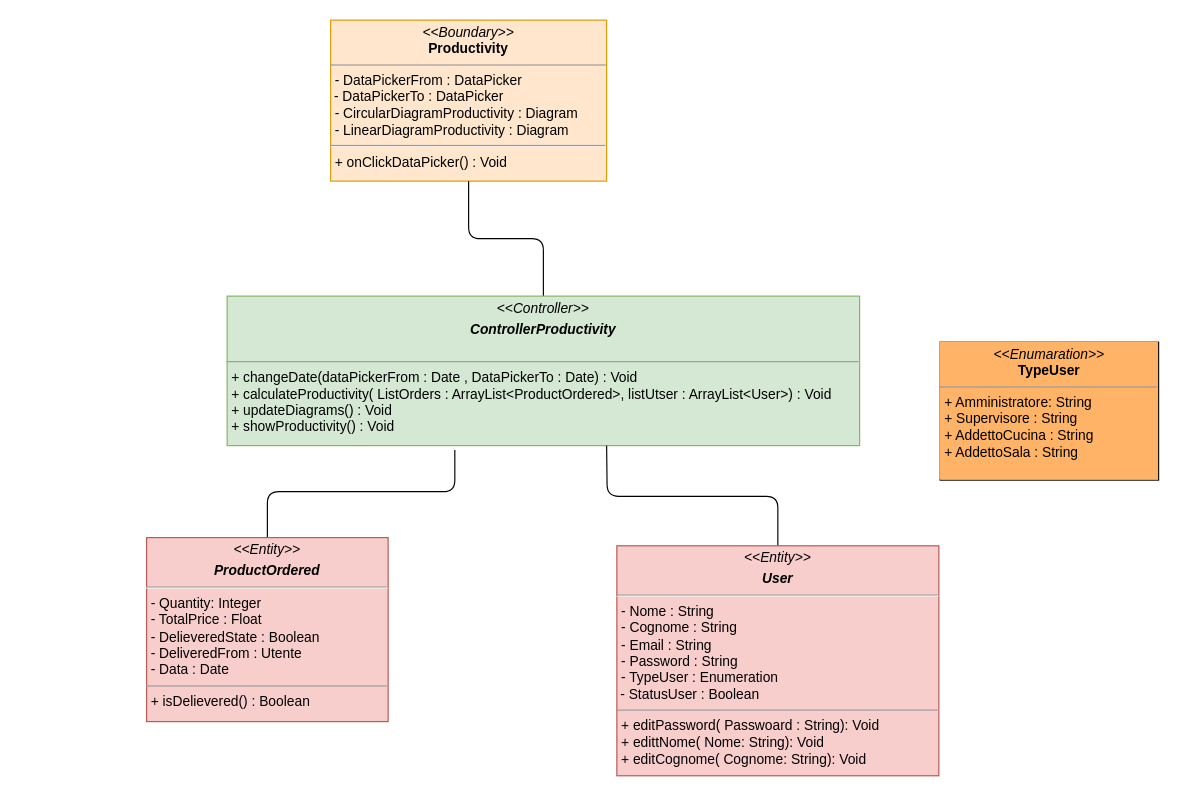
Above: page "VisualizzaProduttività" (3 of 8) of Documentazione/Class Diagram/Class Diagram.drawio in Chriss1618/ProgettoINGSW (draw.io), before the change. Source tidied: cells renumbered, new cells numbered last; positions are measured from the earlier drawing's top-left corner, leaving out a move shared by most shapes. Both pictures are drawn from the tidied source at 115%, with x=0, y=0 at pixel (146, 20).
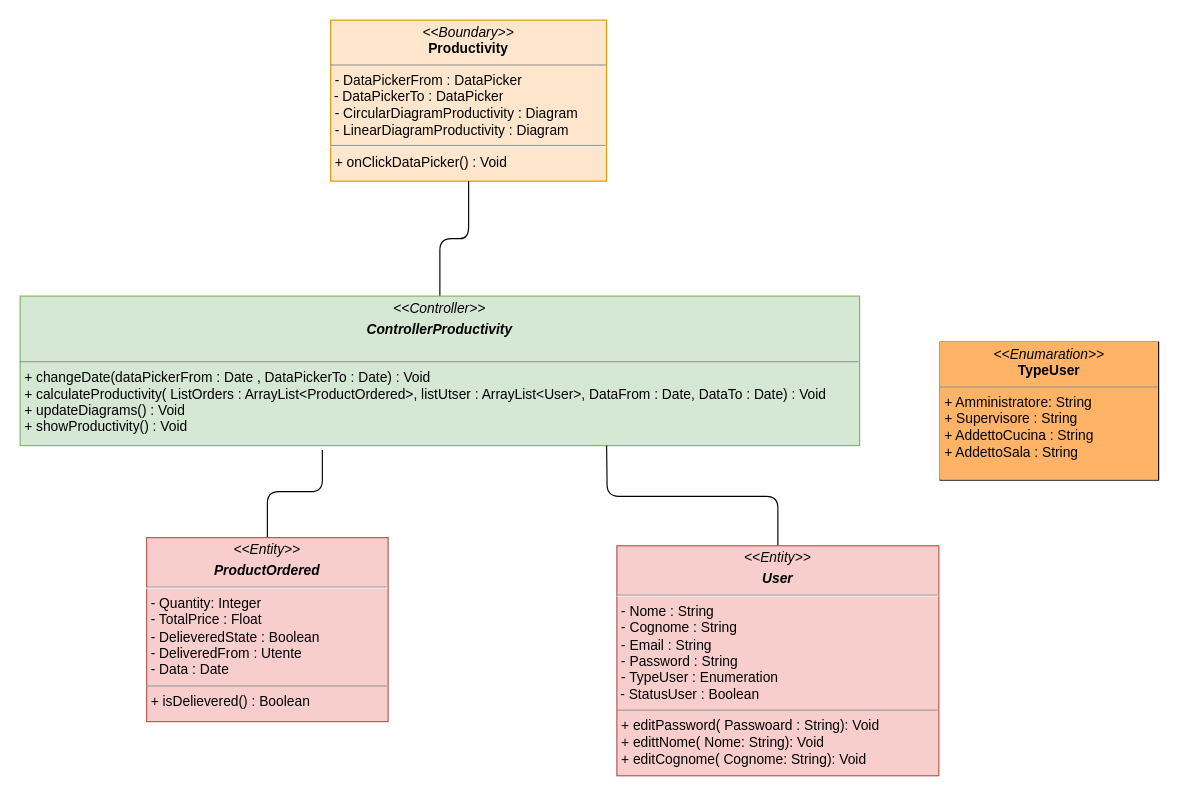
Above is the later version.

What changed in the source:
```diff
@@
 <mxGraphModel>
   <root>
     <mxCell id="0" />
     <mxCell id="1" parent="0" />
     <mxCell id="2" value="&lt;p style=&quot;margin:0px;margin-top:4px;text-align:center;&quot;&gt;&lt;i&gt;&amp;lt;&amp;lt;Boundary&amp;gt;&amp;gt;&lt;/i&gt;&lt;br&gt;&lt;b&gt;Productivity&lt;/b&gt;&lt;/p&gt;&lt;hr size=&quot;1&quot;&gt;&lt;p style=&quot;margin:0px;margin-left:4px;&quot;&gt;- DataPickerFrom : DataPicker&lt;/p&gt;&amp;nbsp;- DataPicker&lt;span style=&quot;background-color: initial;&quot;&gt;To : DataPicker&lt;/span&gt;&lt;br&gt;&lt;p style=&quot;margin:0px;margin-left:4px;&quot;&gt;- CircularDiagramProductivity : Diagram&amp;nbsp;&lt;/p&gt;&lt;p style=&quot;margin:0px;margin-left:4px;&quot;&gt;- LinearDiagramProductivity : Diagram&amp;nbsp;&lt;br&gt;&lt;/p&gt;&lt;hr&gt;&lt;p style=&quot;margin:0px;margin-left:4px;&quot;&gt;&lt;/p&gt;&lt;p style=&quot;margin:0px;margin-left:4px;&quot;&gt;+ onClickDataPicker() : Void&lt;/p&gt;" style="verticalAlign=top;align=left;overflow=fill;fontSize=12;fontFamily=Helvetica;html=1;fillColor=#ffe6cc;strokeColor=#d79b00;" parent="1" vertex="1">
       <mxGeometry x="160" width="240" height="140" as="geometry" />
     </mxCell>
     <mxCell id="3" style="edgeStyle=orthogonalEdgeStyle;rounded=1;jettySize=auto;html=1;exitX=0.5;exitY=0;exitDx=0;exitDy=0;entryX=0.5;entryY=1;entryDx=0;entryDy=0;endArrow=none;endFill=0;" parent="1" edge="1" source="4" target="2">
       <mxGeometry relative="1" as="geometry" />
     </mxCell>
-    <mxCell id="4" value="&lt;p style=&quot;margin:0px;margin-top:4px;text-align:center;&quot;&gt;&lt;i&gt;&amp;lt;&amp;lt;Controller&amp;gt;&amp;gt;&lt;/i&gt;&lt;br&gt;&lt;/p&gt;&lt;p style=&quot;margin:0px;margin-top:4px;text-align:center;&quot;&gt;&lt;i&gt;&lt;b&gt;ControllerProductivity&lt;/b&gt;&lt;/i&gt;&lt;/p&gt;&lt;br&gt;&lt;hr size=&quot;1&quot;&gt;&lt;p style=&quot;margin:0px;margin-left:4px;&quot;&gt;&lt;span style=&quot;background-color: initial;&quot;&gt;+ changeDate(dataPickerFrom : Date , DataPickerTo : Date) : Void&lt;/span&gt;&lt;/p&gt;&lt;p style=&quot;margin:0px;margin-left:4px;&quot;&gt;+ calculateProductivity( ListOrders : ArrayList&amp;lt;ProductOrdered&amp;gt;, listUtser : ArrayList&amp;lt;User&amp;gt;) : Void&lt;span style=&quot;background-color: initial;&quot;&gt;&lt;br&gt;&lt;/span&gt;&lt;/p&gt;&lt;p style=&quot;margin:0px;margin-left:4px;&quot;&gt;+ updateDiagrams() : Void&lt;br&gt;&lt;/p&gt;&lt;p style=&quot;margin:0px;margin-left:4px;&quot;&gt;+ showProductivity() : Void&lt;/p&gt;" style="verticalAlign=top;align=left;overflow=fill;fontSize=12;fontFamily=Helvetica;html=1;fillColor=#d5e8d4;strokeColor=#82b366;" parent="1" vertex="1">
-      <mxGeometry x="70" y="240" width="550" height="130" as="geometry" />
+    <mxCell id="4" value="&lt;p style=&quot;margin:0px;margin-top:4px;text-align:center;&quot;&gt;&lt;i&gt;&amp;lt;&amp;lt;Controller&amp;gt;&amp;gt;&lt;/i&gt;&lt;br&gt;&lt;/p&gt;&lt;p style=&quot;margin:0px;margin-top:4px;text-align:center;&quot;&gt;&lt;i&gt;&lt;b&gt;ControllerProductivity&lt;/b&gt;&lt;/i&gt;&lt;/p&gt;&lt;br&gt;&lt;hr size=&quot;1&quot;&gt;&lt;p style=&quot;margin:0px;margin-left:4px;&quot;&gt;&lt;span style=&quot;background-color: initial;&quot;&gt;+ changeDate(dataPickerFrom : Date , DataPickerTo : Date) : Void&lt;/span&gt;&lt;/p&gt;&lt;p style=&quot;margin:0px;margin-left:4px;&quot;&gt;+ calculateProductivity( ListOrders : ArrayList&amp;lt;ProductOrdered&amp;gt;, listUtser : ArrayList&amp;lt;User&amp;gt;, DataFrom : Date, DataTo : Date) : Void&lt;span style=&quot;background-color: initial;&quot;&gt;&lt;br&gt;&lt;/span&gt;&lt;/p&gt;&lt;p style=&quot;margin:0px;margin-left:4px;&quot;&gt;+ updateDiagrams() : Void&lt;br&gt;&lt;/p&gt;&lt;p style=&quot;margin:0px;margin-left:4px;&quot;&gt;+ showProductivity() : Void&lt;/p&gt;" style="verticalAlign=top;align=left;overflow=fill;fontSize=12;fontFamily=Helvetica;html=1;fillColor=#d5e8d4;strokeColor=#82b366;" parent="1" vertex="1">
+      <mxGeometry x="-110" y="240" width="730" height="130" as="geometry" />
     </mxCell>
     <mxCell id="5" style="edgeStyle=orthogonalEdgeStyle;rounded=1;jettySize=auto;html=1;exitX=0.5;exitY=0;exitDx=0;exitDy=0;entryX=0.36;entryY=1.029;entryDx=0;entryDy=0;entryPerimeter=0;endArrow=none;endFill=0;" parent="1" edge="1" source="6" target="4">
       <mxGeometry relative="1" as="geometry" />
     </mxCell>
     <mxCell id="6" value="&lt;p style=&quot;margin:0px;margin-top:4px;text-align:center;&quot;&gt;&lt;i&gt;&amp;lt;&amp;lt;Entity&amp;gt;&amp;gt;&lt;/i&gt;&lt;br&gt;&lt;/p&gt;&lt;p style=&quot;margin:0px;margin-top:4px;text-align:center;&quot;&gt;&lt;b&gt;&lt;i&gt;ProductOrdered&lt;/i&gt;&lt;/b&gt;&lt;/p&gt;&lt;hr&gt;&lt;p style=&quot;margin:0px;margin-left:4px;&quot;&gt;- Quantity: Integer&lt;/p&gt;&lt;p style=&quot;margin:0px;margin-left:4px;&quot;&gt;- TotalPrice : Float&lt;/p&gt;&lt;p style=&quot;margin:0px;margin-left:4px;&quot;&gt;- DelieveredState : Boolean&lt;/p&gt;&lt;p style=&quot;margin:0px;margin-left:4px;&quot;&gt;- DeliveredFrom : Utente&lt;/p&gt;&lt;p style=&quot;margin:0px;margin-left:4px;&quot;&gt;- Data : Date&lt;/p&gt;&lt;hr size=&quot;1&quot;&gt;&lt;p style=&quot;margin:0px;margin-left:4px;&quot;&gt;+ isDelievered() : Boolean&lt;br&gt;&lt;/p&gt;" style="verticalAlign=top;align=left;overflow=fill;fontSize=12;fontFamily=Helvetica;html=1;fillColor=#f8cecc;strokeColor=#b85450;" parent="1" vertex="1">
       <mxGeometry y="450" width="210" height="160" as="geometry" />
     </mxCell>
     <mxCell id="7" style="edgeStyle=orthogonalEdgeStyle;rounded=1;jettySize=auto;html=1;exitX=0.5;exitY=0;exitDx=0;exitDy=0;entryX=0.784;entryY=1.022;entryDx=0;entryDy=0;entryPerimeter=0;endArrow=none;endFill=0;" parent="1" edge="1" source="8">
       <mxGeometry relative="1" as="geometry">
         <mxPoint x="400" y="370" as="targetPoint" />
       </mxGeometry>
     </mxCell>
     <mxCell id="8" value="&lt;p style=&quot;margin:0px;margin-top:4px;text-align:center;&quot;&gt;&lt;i&gt;&amp;lt;&amp;lt;Entity&amp;gt;&amp;gt;&lt;/i&gt;&lt;br&gt;&lt;/p&gt;&lt;p style=&quot;margin:0px;margin-top:4px;text-align:center;&quot;&gt;&lt;i&gt;&lt;b&gt;User&lt;/b&gt;&lt;/i&gt;&lt;/p&gt;&lt;hr&gt;&lt;p style=&quot;margin:0px;margin-left:4px;&quot;&gt;- Nome : String&lt;br&gt;&lt;/p&gt;&lt;p style=&quot;margin:0px;margin-left:4px;&quot;&gt;- Cognome : String&lt;/p&gt;&lt;p style=&quot;margin:0px;margin-left:4px;&quot;&gt;- Email : String&lt;/p&gt;&lt;p style=&quot;margin:0px;margin-left:4px;&quot;&gt;- Password : String&lt;/p&gt;&lt;p style=&quot;margin:0px;margin-left:4px;&quot;&gt;- TypeUser : Enumeration&lt;/p&gt;&amp;nbsp;- StatusUser : Boolean&lt;br&gt;&lt;hr size=&quot;1&quot;&gt;&lt;p style=&quot;margin:0px;margin-left:4px;&quot;&gt;+ editPassword( Passwoard : String): Void&lt;br&gt;&lt;/p&gt;&lt;p style=&quot;margin:0px;margin-left:4px;&quot;&gt;+ edittNome( Nome: String): Void&lt;br&gt;&lt;/p&gt;&lt;p style=&quot;margin:0px;margin-left:4px;&quot;&gt;+ editCognome( Cognome: String): Void&lt;br&gt;&lt;/p&gt;" style="verticalAlign=top;align=left;overflow=fill;fontSize=12;fontFamily=Helvetica;html=1;fillColor=#f8cecc;strokeColor=#b85450;" parent="1" vertex="1">
       <mxGeometry x="408.9" y="457.1" width="280" height="200" as="geometry" />
     </mxCell>
     <mxCell id="9" value="&lt;p style=&quot;margin:0px;margin-top:4px;text-align:center;&quot;&gt;&lt;i&gt;&amp;lt;&amp;lt;Enumaration&amp;gt;&amp;gt;&lt;/i&gt;&lt;br&gt;&lt;b&gt;TypeUser&lt;/b&gt;&lt;/p&gt;&lt;hr size=&quot;1&quot;&gt;&lt;p style=&quot;margin:0px;margin-left:4px;&quot;&gt;+ Amministratore: String&lt;br&gt;+ Supervisore : String&lt;/p&gt;&lt;p style=&quot;margin:0px;margin-left:4px;&quot;&gt;+ AddettoCucina : String&lt;/p&gt;&lt;p style=&quot;margin:0px;margin-left:4px;&quot;&gt;+ AddettoSala : String&lt;br&gt;&lt;/p&gt;" style="verticalAlign=top;align=left;overflow=fill;fontSize=12;fontFamily=Helvetica;html=1;labelBackgroundColor=#FFB366;" parent="1" vertex="1">
       <mxGeometry x="690" y="280" width="190" height="120" as="geometry" />
     </mxCell>
   </root>
 </mxGraphModel>
```
